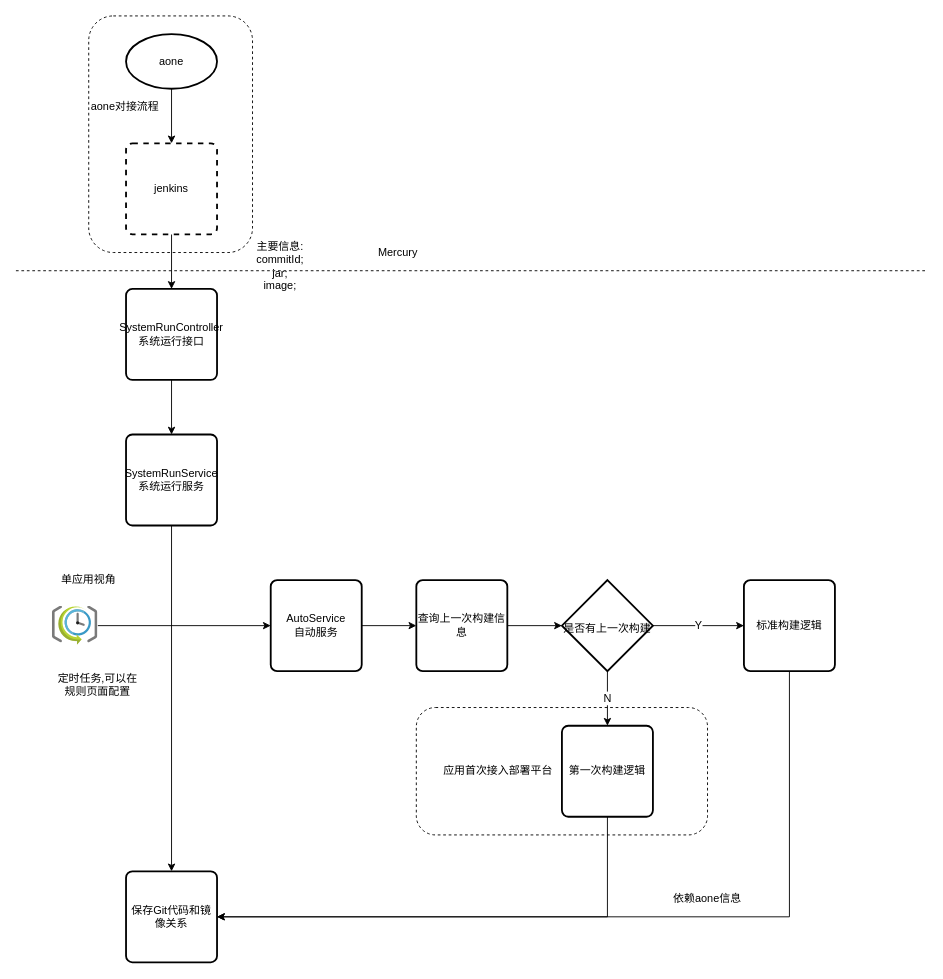
Earlier version of the draw.io diagram page "跨网部署_part1" (12 of 15) of 未命名绘图.drawio (IronCity/draw-repository). Source tidied: cells renumbered, new cells numbered last; positions are measured from the earlier drawing's top-left corner, leaving out a move shared by most shapes. Both pictures are drawn from the tidied source at 91%, with x=0, y=0 at pixel (15, 15).
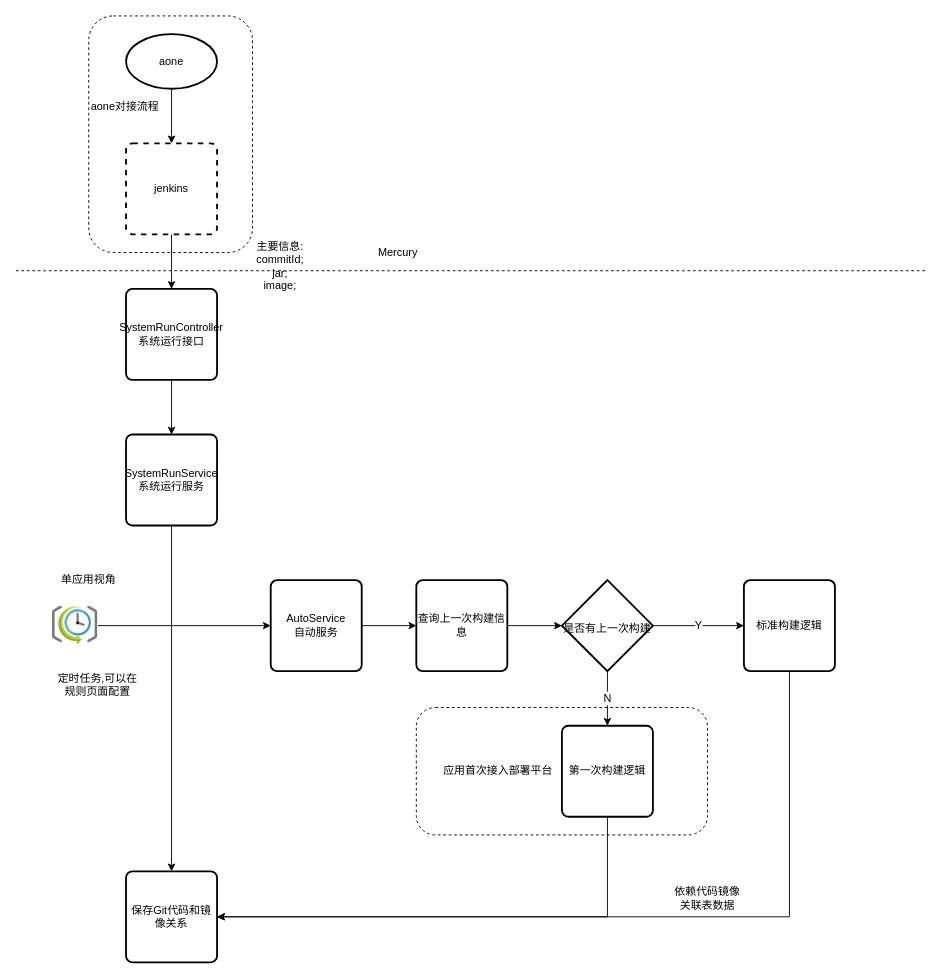
After the change.

What changed in the source:
```diff
@@
-    <mxCell id="33" value="依赖aone信息" style="text;html=1;strokeColor=none;fillColor=none;align=center;verticalAlign=middle;whiteSpace=wrap;rounded=0;fontSize=12;fontColor=#000000;" parent="1" vertex="1">
+    <mxCell id="33" value="依赖代码镜像关联表数据" style="text;html=1;strokeColor=none;fillColor=none;align=center;verticalAlign=middle;whiteSpace=wrap;rounded=0;fontSize=12;fontColor=#000000;" parent="1" vertex="1">
       <mxGeometry x="720" y="960" width="80" height="20" as="geometry" />
     </mxCell>
```
